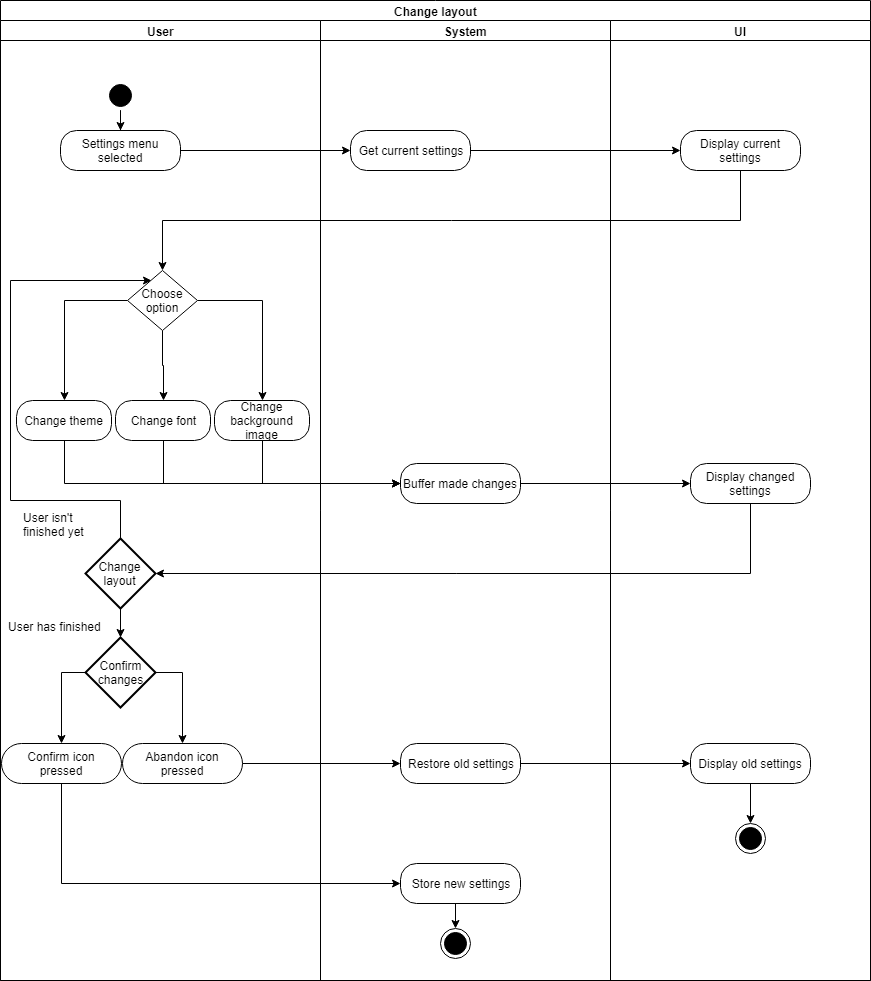
The draw.io diagram docs/specifications/ucs/layout/change_layout/activity_diagrams/change_layout.png in raphaelmue/dashup, before a commit. Source tidied: cells renumbered, new cells last; positions are measured from the earlier drawing's top-left corner, leaving out a move shared by most shapes.
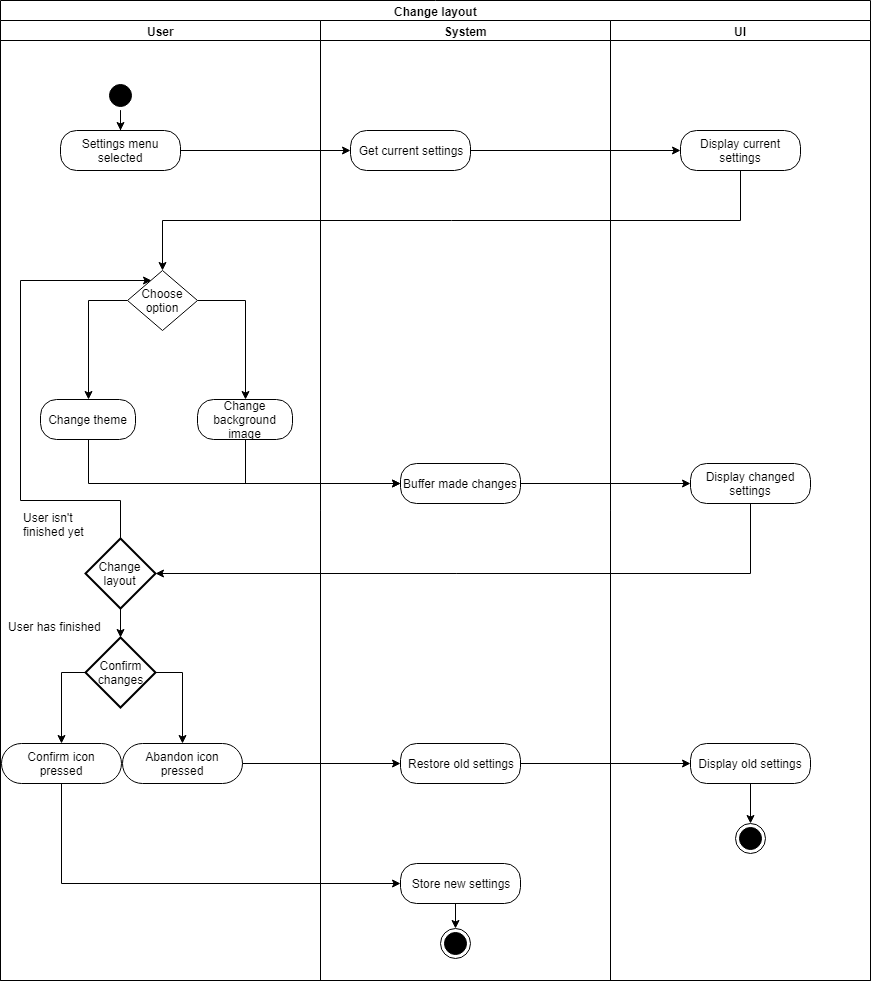
Above is the later version.

The edit, as a diff of the source:
```diff
@@ -42,9 +42,8 @@
       <mxGeometry relative="1" as="geometry">
         <Array as="points">
           <mxPoint x="120" y="480" />
-          <mxPoint x="10" y="480" />
-          <mxPoint x="10" y="260" />
-          <mxPoint x="145" y="260" />
+          <mxPoint x="20" y="480" />
+          <mxPoint x="20" y="260" />
         </Array>
       </mxGeometry>
     </mxCell>
@@ -71,9 +70,6 @@
     <mxCell id="21" style="edgeStyle=orthogonalEdgeStyle;rounded=0;jettySize=auto;html=1;exitX=0;exitY=0.5;exitDx=0;exitDy=0;exitPerimeter=0;entryX=0.5;entryY=0;entryDx=0;entryDy=0;" parent="12" edge="1" source="24" target="25">
       <mxGeometry relative="1" as="geometry" />
     </mxCell>
-    <mxCell id="22" style="edgeStyle=orthogonalEdgeStyle;rounded=0;jettySize=auto;html=1;exitX=0.5;exitY=1;exitDx=0;exitDy=0;exitPerimeter=0;entryX=0.5;entryY=0;entryDx=0;entryDy=0;" parent="12" edge="1" source="24" target="26">
-      <mxGeometry relative="1" as="geometry" />
-    </mxCell>
     <mxCell id="23" style="edgeStyle=orthogonalEdgeStyle;rounded=0;jettySize=auto;html=1;exitX=1;exitY=0.5;exitDx=0;exitDy=0;exitPerimeter=0;" parent="12" edge="1" source="24" target="27">
       <mxGeometry relative="1" as="geometry" />
     </mxCell>
@@ -81,13 +77,10 @@
       <mxGeometry x="127" y="250" width="70" height="60" as="geometry" />
     </mxCell>
     <mxCell id="25" value="Change theme" style="rounded=1;whiteSpace=wrap;html=1;arcSize=40;fontColor=#000000;fillColor=#ffffff;strokeColor=#000000;" parent="12" vertex="1">
-      <mxGeometry x="16" y="380" width="95" height="40" as="geometry" />
+      <mxGeometry x="40" y="379" width="95" height="40" as="geometry" />
     </mxCell>
-    <mxCell id="26" value="Change font" style="rounded=1;whiteSpace=wrap;html=1;arcSize=40;fontColor=#000000;fillColor=#ffffff;strokeColor=#000000;" parent="12" vertex="1">
-      <mxGeometry x="115" y="380" width="95" height="40" as="geometry" />
-    </mxCell>
     <mxCell id="27" value="Change background image" style="rounded=1;whiteSpace=wrap;html=1;arcSize=40;fontColor=#000000;fillColor=#ffffff;strokeColor=#000000;" parent="12" vertex="1">
-      <mxGeometry x="214" y="380" width="95" height="40" as="geometry" />
+      <mxGeometry x="197" y="379" width="95" height="40" as="geometry" />
     </mxCell>
     <mxCell id="28" value="User has finished" style="text;html=1;align=left;verticalAlign=top;spacingTop=-4;" parent="12" vertex="1">
       <mxGeometry x="6" y="597" width="110" height="20" as="geometry" />
@@ -153,9 +146,6 @@
     <mxCell id="47" style="edgeStyle=orthogonalEdgeStyle;rounded=0;jettySize=auto;html=1;exitX=0.5;exitY=1;exitDx=0;exitDy=0;entryX=0;entryY=0.5;entryDx=0;entryDy=0;" parent="11" edge="1" source="27" target="32">
       <mxGeometry relative="1" as="geometry" />
     </mxCell>
-    <mxCell id="48" style="edgeStyle=orthogonalEdgeStyle;rounded=0;jettySize=auto;html=1;exitX=0.5;exitY=1;exitDx=0;exitDy=0;entryX=0;entryY=0.5;entryDx=0;entryDy=0;" parent="11" edge="1" source="26" target="32">
-      <mxGeometry relative="1" as="geometry" />
-    </mxCell>
     <mxCell id="49" style="edgeStyle=orthogonalEdgeStyle;rounded=0;jettySize=auto;html=1;exitX=0.5;exitY=1;exitDx=0;exitDy=0;entryX=0;entryY=0.5;entryDx=0;entryDy=0;" parent="11" edge="1" source="13" target="31">
       <mxGeometry relative="1" as="geometry" />
     </mxCell>
```
